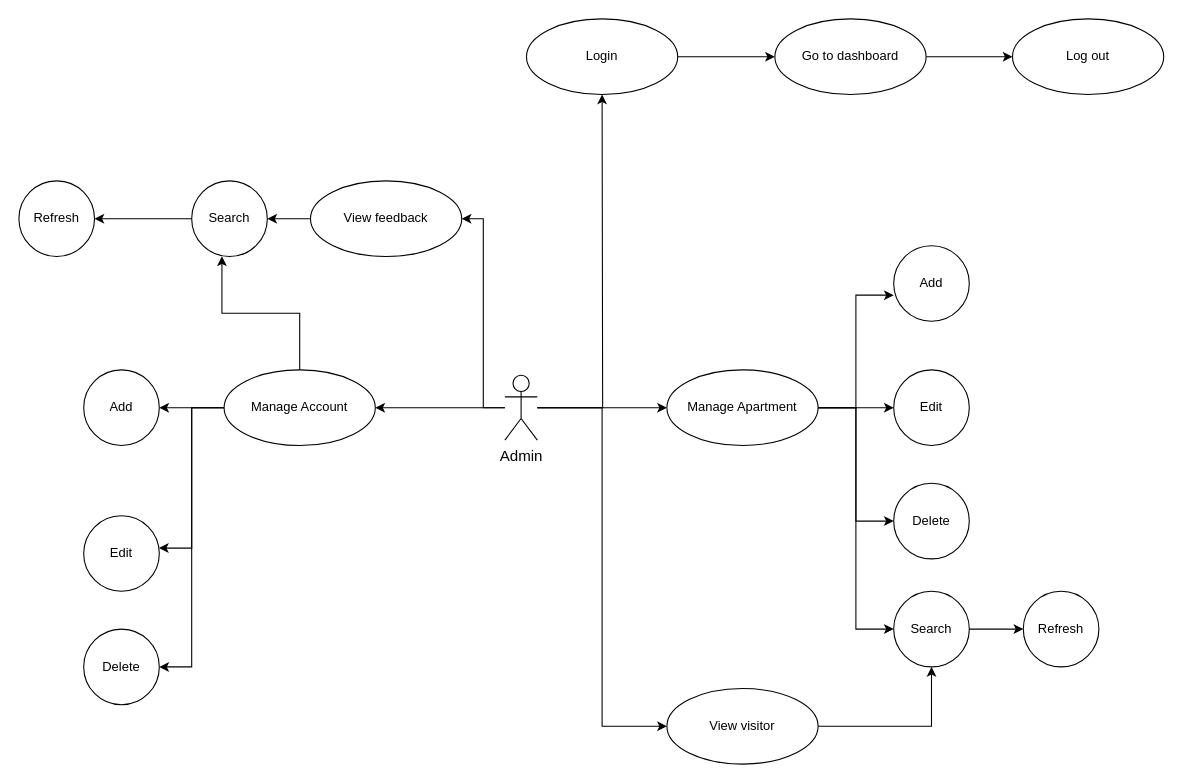
duongminhthanh/app_system_management_visitor_for_old_aparment keeps this draw.io diagram as page "Page-2" (2 of 3) of diagram/usecase staff.drawio. Above is the earlier version. Source tidied: cells renumbered, new cells numbered last; positions are measured from the earlier drawing's top-left corner, leaving out a move shared by most shapes. Both pictures are drawn from the tidied source at 108%, with x=0, y=0 at pixel (18, 18).
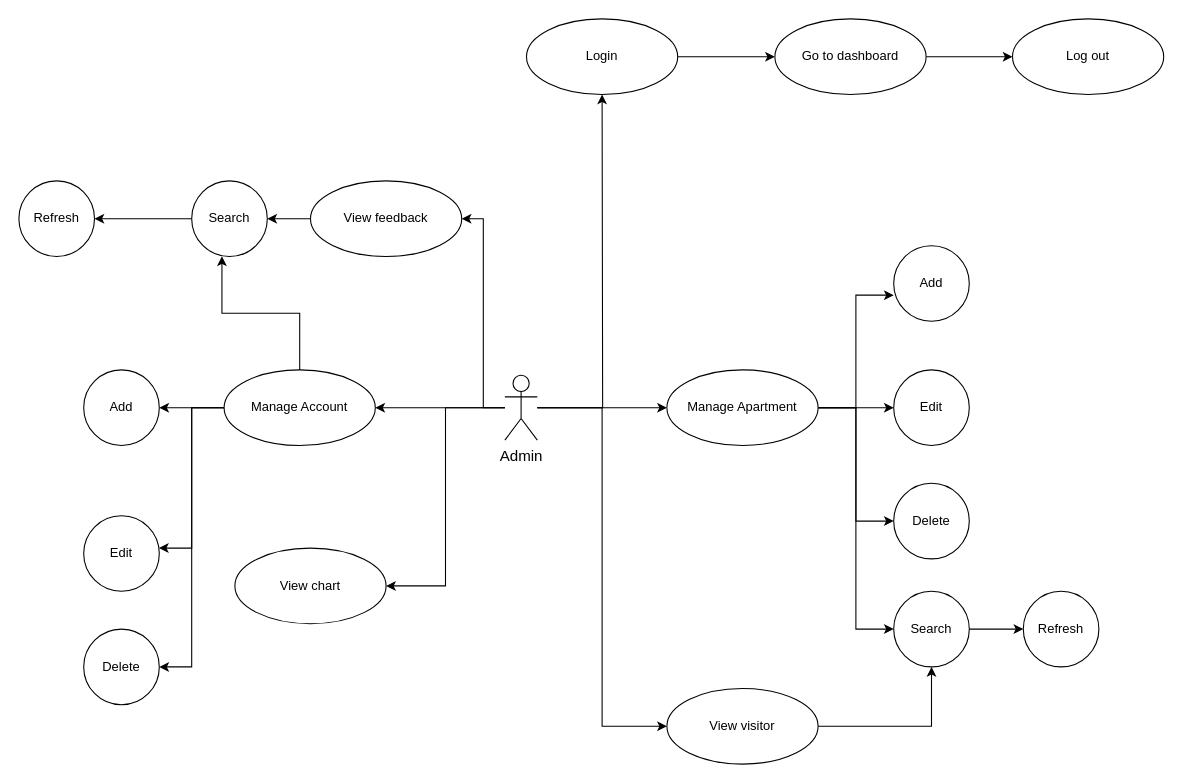
Above is the later version.

Unchanged cells that the change refers to:
```xml
<mxCell id="7" value="Admin" style="shape=umlActor;html=1;verticalLabelPosition=bottom;verticalAlign=top;align=center;fontSize=14;" parent="1" vertex="1">
  <mxGeometry x="450" y="330" width="30" height="60" as="geometry" />
</mxCell>
```

Diff of the diagram source:
```diff
@@
+    <mxCell id="39" style="edgeStyle=orthogonalEdgeStyle;rounded=0;jettySize=auto;html=1;entryX=1;entryY=0.5;entryDx=0;entryDy=0;" parent="1" edge="1" source="7" target="40">
+      <mxGeometry relative="1" as="geometry" />
+    </mxCell>
@@
+    <mxCell id="40" value="View chart" style="ellipse;whiteSpace=wrap;html=1;" parent="1" vertex="1">
+      <mxGeometry x="200" y="490" width="140" height="70" as="geometry" />
+    </mxCell>
```
